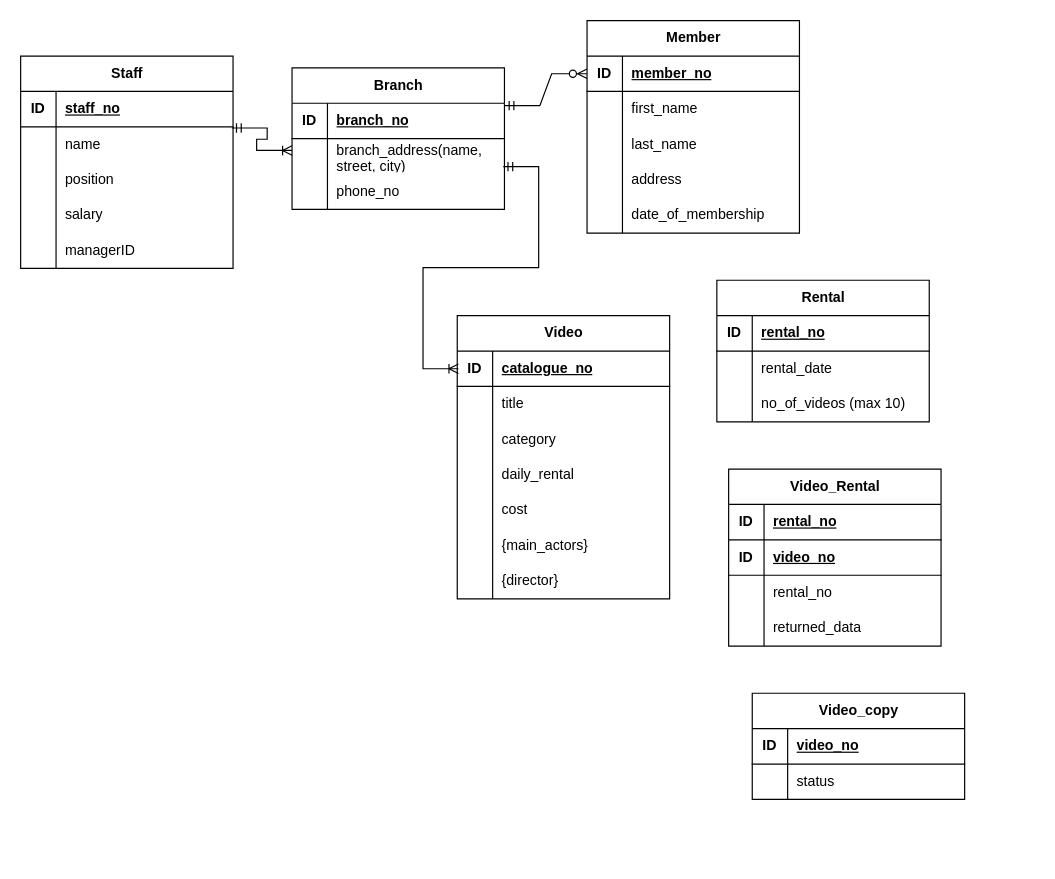
Earlier version of the draw.io diagram Ex2_scenario2.drawio (avinashd144/DataStorage). Source tidied: cells renumbered, new cells numbered last; positions are measured from the earlier drawing's top-left corner, leaving out a move shared by most shapes. Both pictures are drawn from the tidied source at 118%, with x=0, y=0 at pixel (20, 20).
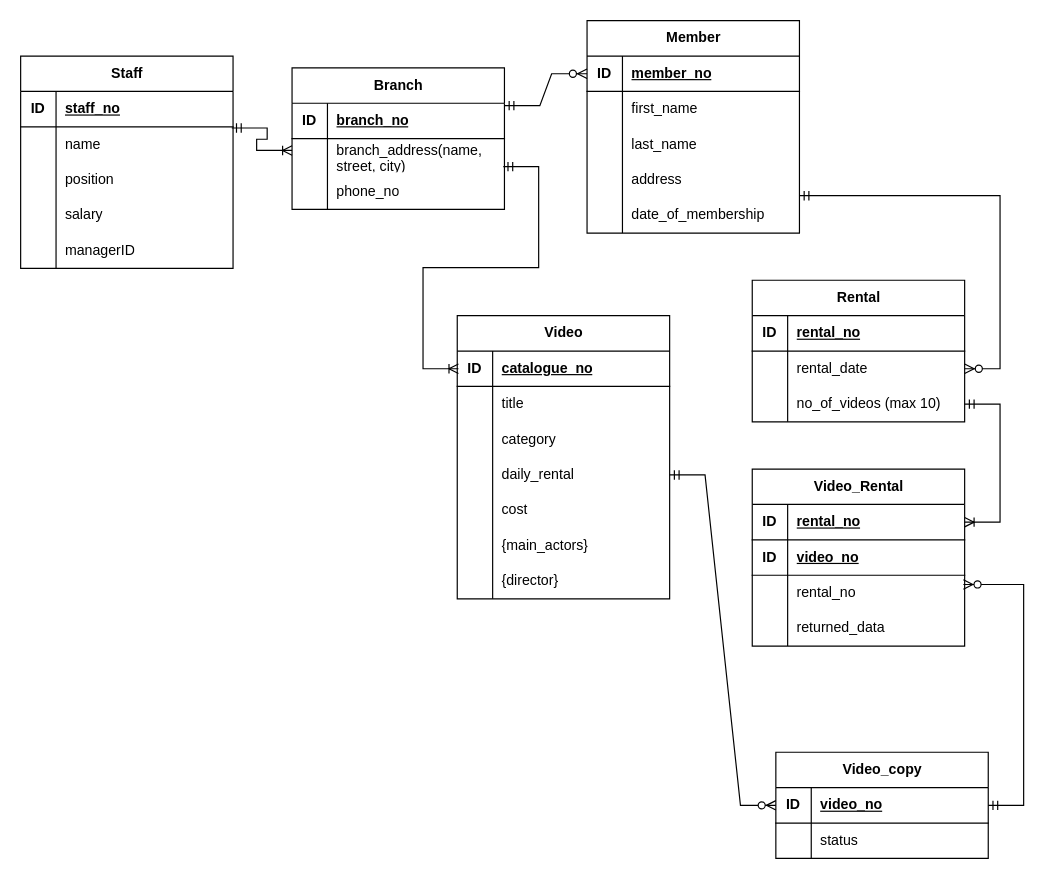
The same page after the edit.

Unchanged cells that the change refers to:
```xml
<mxCell id="41" style="shape=tableRow;horizontal=0;startSize=0;swimlaneHead=0;swimlaneBody=0;fillColor=none;points=[[0,0.5],[1,0.5]];portConstraint=eastwest;top=0;left=0;right=0;bottom=0;" parent="28" vertex="1">
  <mxGeometry y="150" width="180" height="30" as="geometry" />
</mxCell>
<mxCell id="54" style="shape=tableRow;horizontal=0;startSize=0;swimlaneHead=0;swimlaneBody=0;fillColor=none;points=[[0,0.5],[1,0.5]];portConstraint=eastwest;top=0;left=0;right=0;bottom=0;" parent="44" vertex="1">
  <mxGeometry y="120" width="180" height="30" as="geometry" />
</mxCell>
<mxCell id="67" style="shape=tableRow;horizontal=0;startSize=0;swimlaneHead=0;swimlaneBody=0;fillColor=none;points=[[0,0.5],[1,0.5]];portConstraint=eastwest;top=0;left=0;right=0;bottom=1;" parent="66" vertex="1">
  <mxGeometry y="30" width="180" height="30" as="geometry" />
</mxCell>
<mxCell id="73" style="shape=tableRow;horizontal=0;startSize=0;swimlaneHead=0;swimlaneBody=0;fillColor=none;points=[[0,0.5],[1,0.5]];portConstraint=eastwest;top=0;left=0;right=0;bottom=0;" parent="66" vertex="1">
  <mxGeometry y="90" width="180" height="30" as="geometry" />
</mxCell>
<mxCell id="83" style="shape=tableRow;horizontal=0;startSize=0;swimlaneHead=0;swimlaneBody=0;fillColor=none;points=[[0,0.5],[1,0.5]];portConstraint=eastwest;top=0;left=0;right=0;bottom=0;" parent="79" vertex="1">
  <mxGeometry y="60" width="180" height="30" as="geometry" />
</mxCell>
<mxCell id="86" style="shape=tableRow;horizontal=0;startSize=0;swimlaneHead=0;swimlaneBody=0;fillColor=none;points=[[0,0.5],[1,0.5]];portConstraint=eastwest;top=0;left=0;right=0;bottom=0;" parent="79" vertex="1">
  <mxGeometry y="90" width="180" height="30" as="geometry" />
</mxCell>
<mxCell id="93" style="shape=tableRow;horizontal=0;startSize=0;swimlaneHead=0;swimlaneBody=0;fillColor=none;points=[[0,0.5],[1,0.5]];portConstraint=eastwest;top=0;left=0;right=0;bottom=1;" parent="92" vertex="1">
  <mxGeometry y="30" width="180" height="30" as="geometry" />
</mxCell>
```

The edit, as a diff of the source:
```diff
@@
     <mxCell id="66" value="Video_Rental" style="shape=table;startSize=30;childLayout=tableLayout;rowLines=0;fontStyle=1;align=center;html=1;" parent="1" vertex="1">
-      <mxGeometry x="600" y="380" width="180" height="150" as="geometry" />
+      <mxGeometry x="620" y="380" width="180" height="150" as="geometry" />
     </mxCell>
@@
     <mxCell id="79" value="Rental" style="shape=table;startSize=30;childLayout=tableLayout;rowLines=0;fontStyle=1;align=center;html=1;" parent="1" vertex="1">
-      <mxGeometry x="590" y="220" width="180" height="120" as="geometry" />
+      <mxGeometry x="620" y="220" width="180" height="120" as="geometry" />
     </mxCell>
@@
     <mxCell id="92" value="Video_copy" style="shape=table;startSize=30;childLayout=tableLayout;rowLines=0;fontStyle=1;align=center;html=1;" parent="1" vertex="1">
-      <mxGeometry x="620" y="570" width="180" height="90" as="geometry" />
+      <mxGeometry x="640" y="620" width="180" height="90" as="geometry" />
     </mxCell>
@@
+    <mxCell id="99" style="edgeStyle=entityRelationEdgeStyle;fontSize=12;html=1;endArrow=ERoneToMany;startArrow=ERmandOne;rounded=0;exitX=1;exitY=0.5;exitDx=0;exitDy=0;" parent="1" edge="1" source="86" target="67">
+      <mxGeometry relative="1" as="geometry">
+        <Array as="points">
+          <mxPoint x="790" y="300" />
+        </Array>
+      </mxGeometry>
+    </mxCell>
+    <mxCell id="100" style="edgeStyle=entityRelationEdgeStyle;fontSize=12;html=1;endArrow=ERzeroToMany;startArrow=ERmandOne;rounded=0;exitX=1;exitY=-0.056;exitDx=0;exitDy=0;exitPerimeter=0;" parent="1" edge="1" source="41" target="83">
+      <mxGeometry relative="1" as="geometry">
+        <Array as="points">
+          <mxPoint x="790" y="150" />
+          <mxPoint x="810" y="160" />
+        </Array>
+      </mxGeometry>
+    </mxCell>
+    <mxCell id="101" style="edgeStyle=entityRelationEdgeStyle;fontSize=12;html=1;endArrow=ERzeroToMany;startArrow=ERmandOne;rounded=0;entryX=0.994;entryY=0.261;entryDx=0;entryDy=0;entryPerimeter=0;" parent="1" edge="1" source="92" target="73">
+      <mxGeometry relative="1" as="geometry" />
+    </mxCell>
+    <mxCell id="102" style="edgeStyle=entityRelationEdgeStyle;fontSize=12;html=1;endArrow=ERzeroToMany;startArrow=ERmandOne;rounded=0;entryX=0;entryY=0.5;entryDx=0;entryDy=0;" parent="1" edge="1" source="54" target="93">
+      <mxGeometry relative="1" as="geometry" />
+    </mxCell>
```
